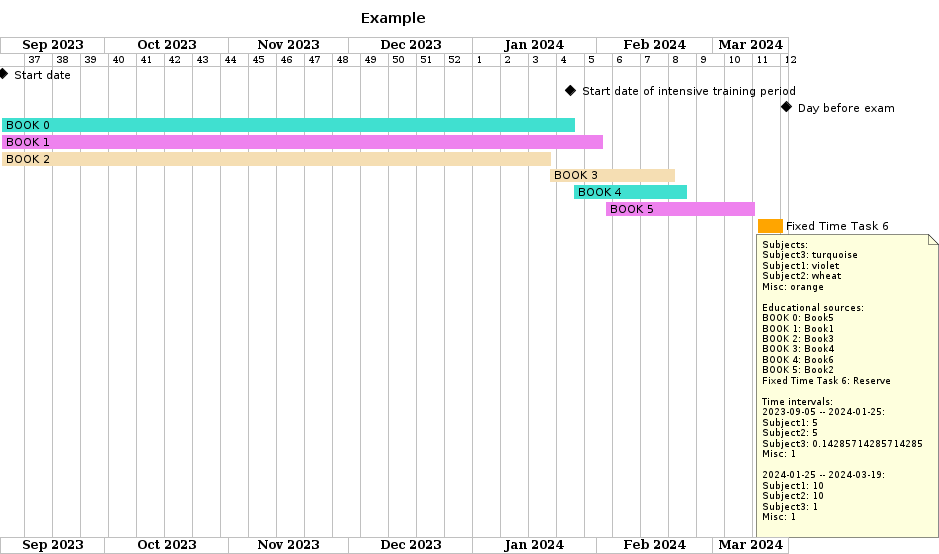
The PlantUML diagram Descr/PlantUMLExample.png in CodeDesign2763/ImitPlanner, before a commit. The source it was exported from:
```plantuml
@startgantt

title Example

projectscale weekly

project starts 2023-09-05


[ Start date ] happens 2023-09-05

[ Start date of intensive training period ] happens 2024-01-25

[ Day before exam ] happens 2024-03-19

[BOOK 0] as [b0] starts 2023-09-05
[b0] ends 2024-01-26
[b0] is colored in turquoise

[BOOK 1] as [b1] starts 2023-09-05
[b1] ends 2024-02-02
[b1] is colored in violet

[BOOK 2] as [b2] starts 2023-09-05
[b2] ends 2024-01-20
[b2] is colored in wheat

[BOOK 3] as [b3] starts 2024-01-20
[b3] ends 2024-02-20
[b3] is colored in wheat

[BOOK 4] as [b4] starts 2024-01-26
[b4] ends 2024-02-23
[b4] is colored in turquoise

[BOOK 5] as [b5] starts 2024-02-03
[b5] ends 2024-03-11
[b5] is colored in violet

[Fixed Time Task 6] as [b6] starts 2024-03-12
[b6] ends 2024-03-18
[b6] is colored in orange
note bottom
Subjects:
Subject3: turquoise
Subject1: violet
Subject2: wheat
Misc: orange

Educational sources:
BOOK 0: Book5
BOOK 1: Book1
BOOK 2: Book3
BOOK 3: Book4
BOOK 4: Book6
BOOK 5: Book2
Fixed Time Task 6: Reserve

Time intervals:
2023-09-05 -- 2024-01-25:
Subject1: 5
Subject2: 5
Subject3: 0.14285714285714285
Misc: 1

2024-01-25 -- 2024-03-19:
Subject1: 10
Subject2: 10
Subject3: 1
Misc: 1

end note
@endgantt
```
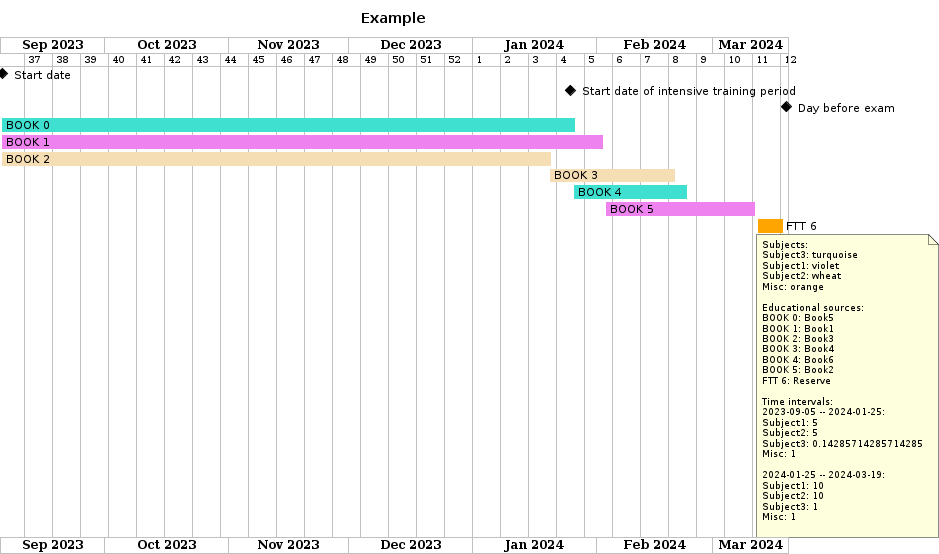
Later version of the same file.

Diff of the diagram source:
```diff
@@ -37,7 +37,7 @@
 [b5] ends 2024-03-11
 [b5] is colored in violet
 
-[Fixed Time Task 6] as [b6] starts 2024-03-12
+[FTT 6] as [b6] starts 2024-03-12
 [b6] ends 2024-03-18
 [b6] is colored in orange
 note bottom
@@ -54,7 +54,7 @@
 BOOK 3: Book4
 BOOK 4: Book6
 BOOK 5: Book2
-Fixed Time Task 6: Reserve
+FTT 6: Reserve
 
 Time intervals:
 2023-09-05 -- 2024-01-25:
```
